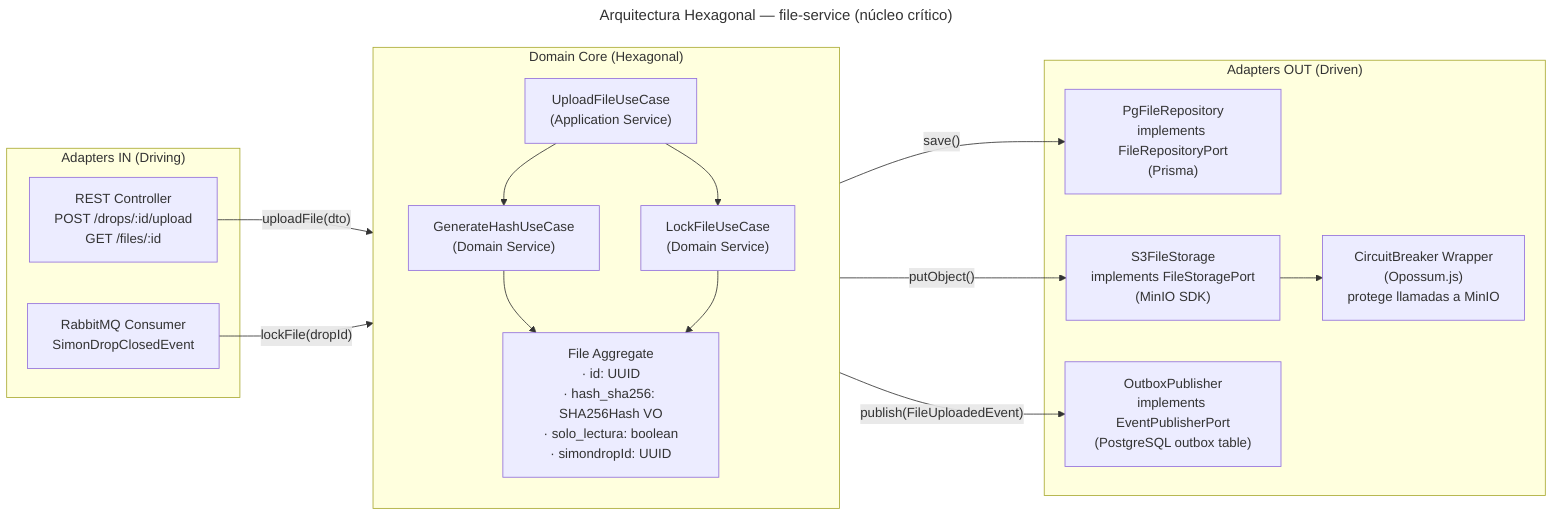
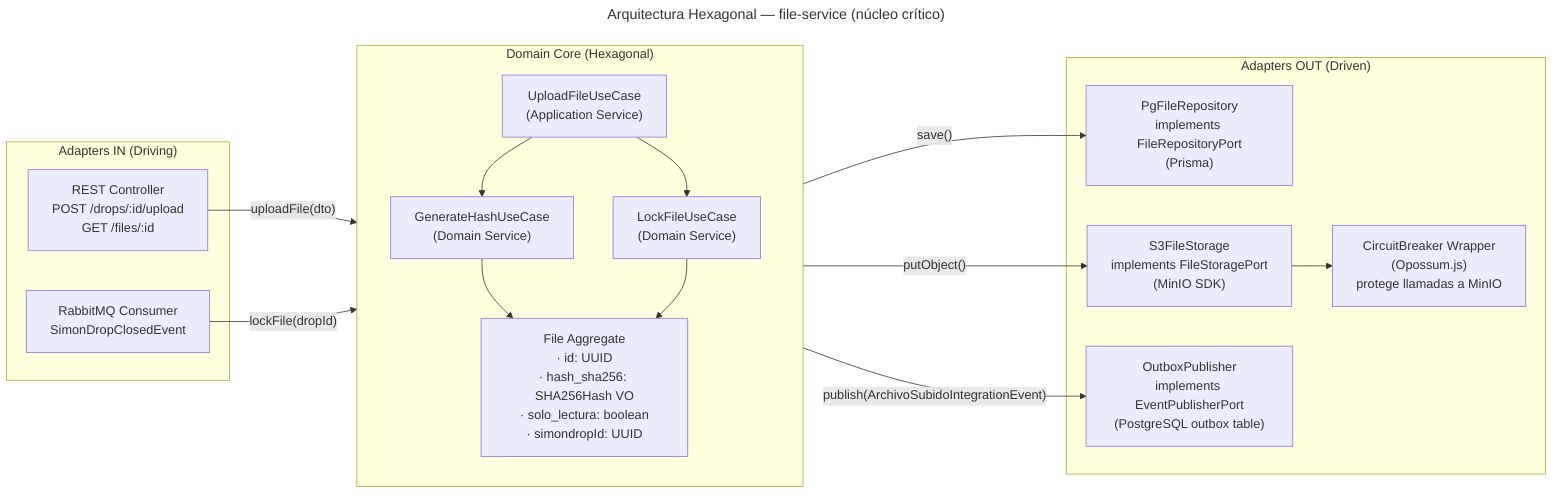
---
title: "Arquitectura Hexagonal — file-service (núcleo crítico)"
---
flowchart LR
  subgraph AdaptersIn["Adapters IN (Driving)"]
    REST["REST Controller\nPOST /drops/:id/upload\nGET /files/:id"]
    RMQ_IN["RabbitMQ Consumer\nSimonDropClosedEvent"]
  end

  subgraph DomainCore["Domain Core (Hexagonal)"]
    direction TB
    UC1["UploadFileUseCase\n(Application Service)"]
    UC2["GenerateHashUseCase\n(Domain Service)"]
    UC3["LockFileUseCase\n(Domain Service)"]
    AGG["File Aggregate\n· id: UUID\n· hash_sha256: SHA256Hash VO\n· solo_lectura: boolean\n· simondropId: UUID"]
  end

  subgraph AdaptersOut["Adapters OUT (Driven)"]
    PG["PgFileRepository\nimplements FileRepositoryPort\n(Prisma)"]
    S3["S3FileStorage\nimplements FileStoragePort\n(MinIO SDK)"]
    OB["OutboxPublisher\nimplements EventPublisherPort\n(PostgreSQL outbox table)"]
    CB["CircuitBreaker Wrapper\n(Opossum.js)\nprotege llamadas a MinIO"]
  end

  REST -->|"uploadFile(dto)"| UC1
  RMQ_IN -->|"lockFile(dropId)"| UC3
  UC1 --> UC2
  UC1 --> UC3
  UC2 --> AGG
  UC3 --> AGG
  AGG -->|"save()"| PG
  AGG -->|"putObject()"| S3
  S3 --> CB
-   UC1 -->|"publish(FileUploadedEvent)"| OB
+   UC1 -->|"publish(ArchivoSubidoIntegrationEvent)"| OB
